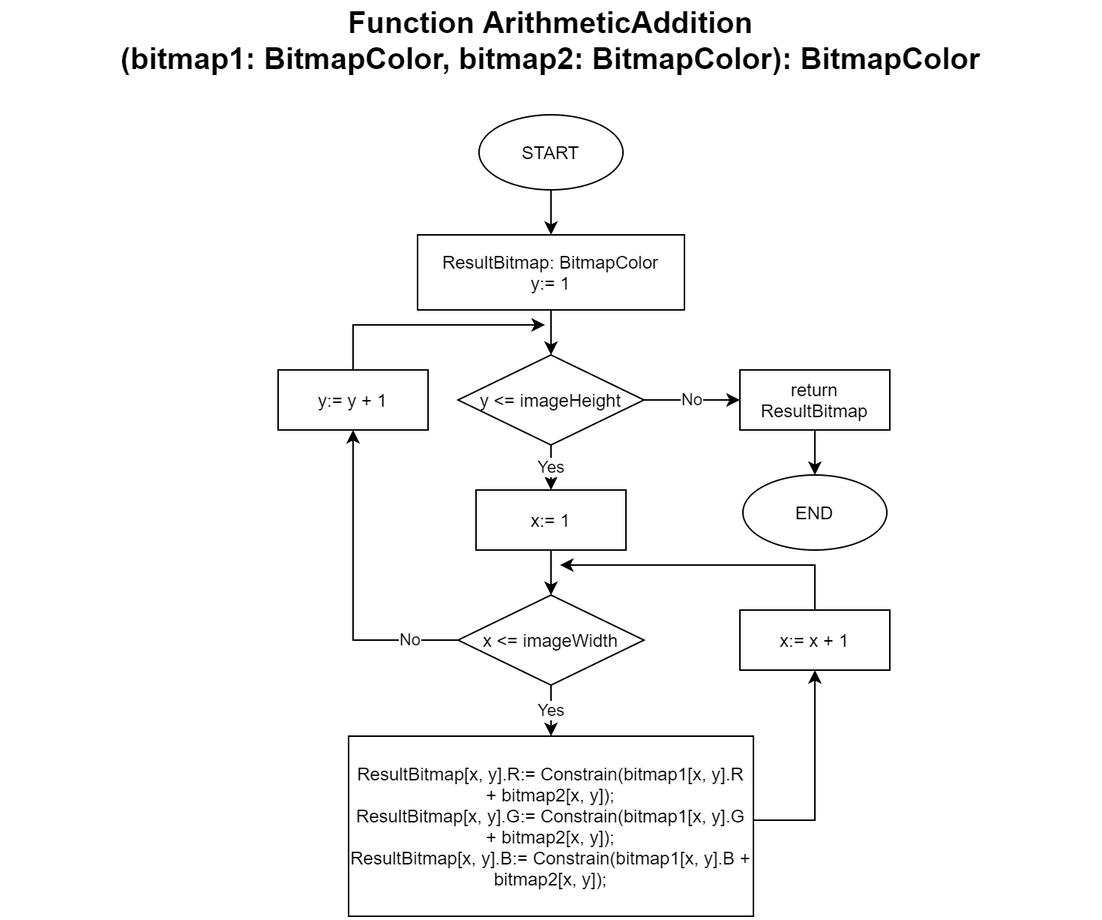
The draw.io diagram flowchart/.png/ArithmeticAdditionColor_Gray.png in ukayaj620/batikcomp, before a commit. Source tidied: cells renumbered, new cells last; positions are measured from the earlier drawing's top-left corner, leaving out a move shared by most shapes. Its diagram source:
```xml
<mxGraphModel>
  <root>
    <mxCell id="0" />
    <mxCell id="1" parent="0" />
    <mxCell id="2" value="&lt;font style=&quot;font-size: 20px&quot;&gt;&lt;b&gt;Function ArithmeticAddition&lt;br&gt;(bitmap1: BitmapColor, bitmap2:&amp;nbsp;&lt;/b&gt;&lt;b&gt;BitmapColor&lt;/b&gt;&lt;b&gt;): BitmapColor&lt;/b&gt;&lt;/font&gt;" style="text;html=1;strokeColor=none;fillColor=none;align=center;verticalAlign=middle;whiteSpace=wrap;rounded=0;" parent="1" vertex="1">
      <mxGeometry width="730" height="20" as="geometry" />
    </mxCell>
    <mxCell id="3" style="edgeStyle=orthogonalEdgeStyle;rounded=0;jettySize=auto;html=1;" parent="1" edge="1" source="4" target="6">
      <mxGeometry relative="1" as="geometry" />
    </mxCell>
    <mxCell id="4" value="START" style="ellipse;whiteSpace=wrap;html=1;" parent="1" vertex="1">
      <mxGeometry x="317" y="60" width="96" height="50" as="geometry" />
    </mxCell>
    <mxCell id="5" style="edgeStyle=orthogonalEdgeStyle;rounded=0;jettySize=auto;html=1;" parent="1" edge="1" source="6" target="9">
      <mxGeometry relative="1" as="geometry" />
    </mxCell>
    <mxCell id="6" value="ResultBitmap: BitmapColor&lt;br&gt;y:= 1" style="rounded=0;whiteSpace=wrap;html=1;" parent="1" vertex="1">
      <mxGeometry x="276" y="140" width="178" height="50" as="geometry" />
    </mxCell>
    <mxCell id="7" value="Yes" style="edgeStyle=orthogonalEdgeStyle;rounded=0;jettySize=auto;html=1;" parent="1" edge="1" source="9" target="11">
      <mxGeometry relative="1" as="geometry" />
    </mxCell>
    <mxCell id="8" value="No" style="edgeStyle=orthogonalEdgeStyle;rounded=0;jettySize=auto;html=1;" parent="1" edge="1" source="9" target="22">
      <mxGeometry relative="1" as="geometry" />
    </mxCell>
    <mxCell id="9" value="y &amp;lt;= imageHeight" style="rhombus;whiteSpace=wrap;html=1;" parent="1" vertex="1">
      <mxGeometry x="303" y="220" width="124" height="60" as="geometry" />
    </mxCell>
    <mxCell id="10" style="edgeStyle=orthogonalEdgeStyle;rounded=0;jettySize=auto;html=1;" parent="1" edge="1" source="11" target="14">
      <mxGeometry relative="1" as="geometry" />
    </mxCell>
    <mxCell id="11" value="x:= 1" style="rounded=0;whiteSpace=wrap;html=1;" parent="1" vertex="1">
      <mxGeometry x="315" y="310" width="100" height="40" as="geometry" />
    </mxCell>
    <mxCell id="12" value="Yes" style="edgeStyle=orthogonalEdgeStyle;rounded=0;jettySize=auto;html=1;" parent="1" edge="1" source="14" target="16">
      <mxGeometry relative="1" as="geometry" />
    </mxCell>
    <mxCell id="13" value="No" style="edgeStyle=orthogonalEdgeStyle;rounded=0;jettySize=auto;html=1;entryX=0.5;entryY=1;entryDx=0;entryDy=0;" parent="1" edge="1" source="14" target="20">
      <mxGeometry x="-0.7" relative="1" as="geometry" />
    </mxCell>
    <mxCell id="14" value="x &amp;lt;= imageWidth" style="rhombus;whiteSpace=wrap;html=1;" parent="1" vertex="1">
      <mxGeometry x="303" y="380" width="124" height="60" as="geometry" />
    </mxCell>
    <mxCell id="15" style="edgeStyle=orthogonalEdgeStyle;rounded=0;jettySize=auto;html=1;entryX=0.5;entryY=1;entryDx=0;entryDy=0;" parent="1" edge="1" source="16" target="18">
      <mxGeometry relative="1" as="geometry">
        <Array as="points">
          <mxPoint x="541" y="530" />
        </Array>
      </mxGeometry>
    </mxCell>
    <mxCell id="16" value="&lt;div&gt;ResultBitmap[x, y].R:= Constrain(bitmap1[x, y].R + bitmap2[x, y]);&lt;/div&gt;&lt;div&gt;ResultBitmap[x, y].G:= Constrain(bitmap1[x, y].G + bitmap2[x, y]);&lt;/div&gt;&lt;div&gt;ResultBitmap[x, y].B:= Constrain(bitmap1[x, y].B + bitmap2[x, y]);&lt;/div&gt;" style="rounded=0;whiteSpace=wrap;html=1;" parent="1" vertex="1">
      <mxGeometry x="230" y="474" width="270" height="120" as="geometry" />
    </mxCell>
    <mxCell id="17" style="edgeStyle=orthogonalEdgeStyle;rounded=0;jettySize=auto;html=1;" parent="1" edge="1" source="18">
      <mxGeometry relative="1" as="geometry">
        <mxPoint x="371" y="360" as="targetPoint" />
        <Array as="points">
          <mxPoint x="541" y="360" />
        </Array>
      </mxGeometry>
    </mxCell>
    <mxCell id="18" value="x:= x + 1" style="rounded=0;whiteSpace=wrap;html=1;" parent="1" vertex="1">
      <mxGeometry x="491" y="390" width="100" height="40" as="geometry" />
    </mxCell>
    <mxCell id="19" style="edgeStyle=orthogonalEdgeStyle;rounded=0;jettySize=auto;html=1;" parent="1" edge="1" source="20">
      <mxGeometry relative="1" as="geometry">
        <mxPoint x="361" y="200" as="targetPoint" />
        <Array as="points">
          <mxPoint x="233" y="200" />
        </Array>
      </mxGeometry>
    </mxCell>
    <mxCell id="20" value="y:= y + 1" style="rounded=0;whiteSpace=wrap;html=1;" parent="1" vertex="1">
      <mxGeometry x="183" y="230" width="100" height="40" as="geometry" />
    </mxCell>
    <mxCell id="21" style="edgeStyle=orthogonalEdgeStyle;rounded=0;jettySize=auto;html=1;" parent="1" edge="1" source="22" target="23">
      <mxGeometry relative="1" as="geometry" />
    </mxCell>
    <mxCell id="22" value="return ResultBitmap" style="rounded=0;whiteSpace=wrap;html=1;" parent="1" vertex="1">
      <mxGeometry x="491" y="230" width="100" height="40" as="geometry" />
    </mxCell>
    <mxCell id="23" value="END" style="ellipse;whiteSpace=wrap;html=1;" parent="1" vertex="1">
      <mxGeometry x="493" y="300" width="96" height="50" as="geometry" />
    </mxCell>
  </root>
</mxGraphModel>
```
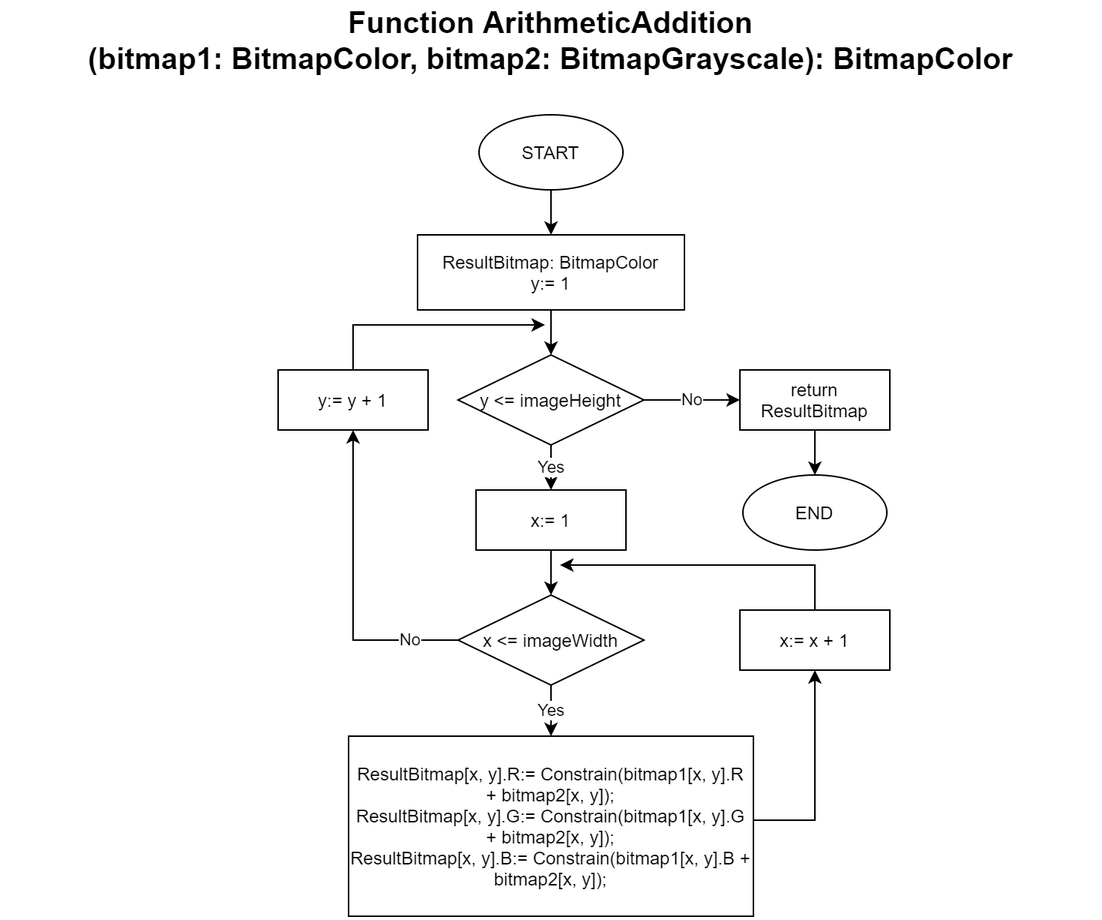
The same file after the commit.

Change to the diagram source:
```diff
@@ -2,7 +2,7 @@
   <root>
     <mxCell id="0" />
     <mxCell id="1" parent="0" />
-    <mxCell id="2" value="&lt;font style=&quot;font-size: 20px&quot;&gt;&lt;b&gt;Function ArithmeticAddition&lt;br&gt;(bitmap1: BitmapColor, bitmap2:&amp;nbsp;&lt;/b&gt;&lt;b&gt;BitmapColor&lt;/b&gt;&lt;b&gt;): BitmapColor&lt;/b&gt;&lt;/font&gt;" style="text;html=1;strokeColor=none;fillColor=none;align=center;verticalAlign=middle;whiteSpace=wrap;rounded=0;" parent="1" vertex="1">
+    <mxCell id="2" value="&lt;font style=&quot;font-size: 20px&quot;&gt;&lt;b&gt;Function ArithmeticAddition&lt;br&gt;(bitmap1: BitmapColor, bitmap2: Bitmap&lt;/b&gt;&lt;b&gt;Grayscale&lt;/b&gt;&lt;b&gt;): BitmapColor&lt;/b&gt;&lt;/font&gt;" style="text;html=1;strokeColor=none;fillColor=none;align=center;verticalAlign=middle;whiteSpace=wrap;rounded=0;" parent="1" vertex="1">
       <mxGeometry width="730" height="20" as="geometry" />
     </mxCell>
     <mxCell id="3" style="edgeStyle=orthogonalEdgeStyle;rounded=0;jettySize=auto;html=1;" parent="1" edge="1" source="4" target="6">
```
